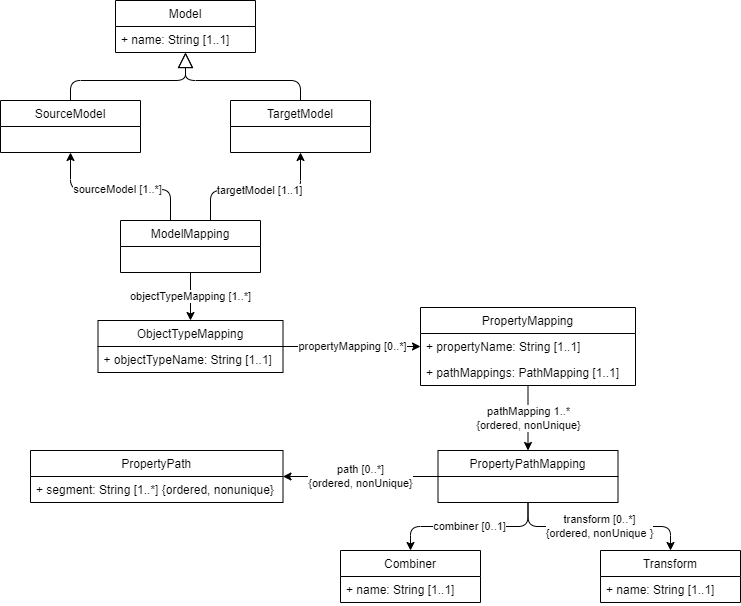
This is media/imx-mapping-model.drawio.png from Geonovum/IMX-ModelMapping, a draw.io export, as it was before one commit. Source tidied: cells renumbered, new cells last; positions are measured from the earlier drawing's top-left corner, leaving out a move shared by most shapes.
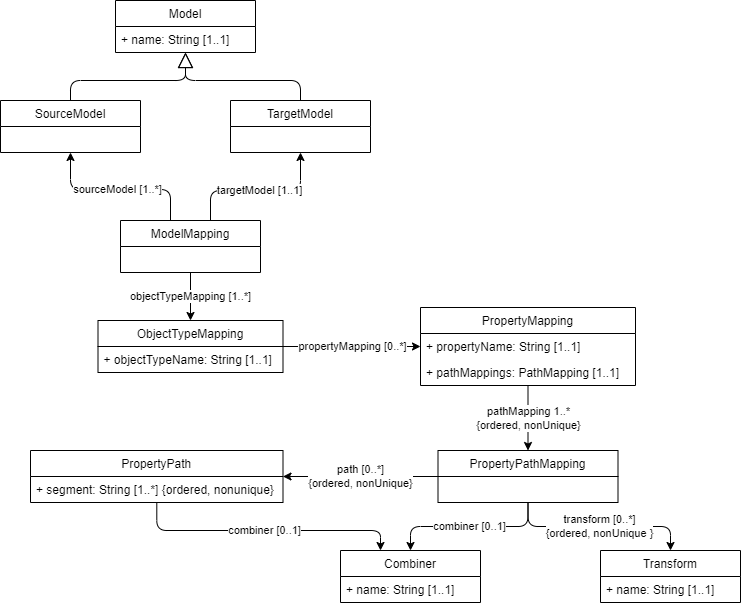
After the commit.

Commit message:
upate combiner description

The edit, as a diff of the source:
```diff
@@ -100,6 +100,14 @@
     <mxCell id="27" value="+ name: String [1..1]" style="text;strokeColor=none;fillColor=none;align=left;verticalAlign=top;spacingLeft=4;spacingRight=4;overflow=hidden;" parent="26" vertex="1">
       <mxGeometry y="26" width="140" height="26" as="geometry" />
     </mxCell>
+    <mxCell id="30" value="combiner [0..1]" style="edgeStyle=orthogonalEdgeStyle;html=1;" parent="1" edge="1" source="28" target="18">
+      <mxGeometry relative="1" as="geometry">
+        <Array as="points">
+          <mxPoint x="156" y="530" />
+          <mxPoint x="380" y="530" />
+        </Array>
+      </mxGeometry>
+    </mxCell>
     <mxCell id="28" value="PropertyPath" style="swimlane;fontStyle=0;horizontal=1;startSize=26;fillColor=none;" parent="1" vertex="1">
       <mxGeometry x="30" y="450" width="252.5" height="52" as="geometry" />
     </mxCell>
```
